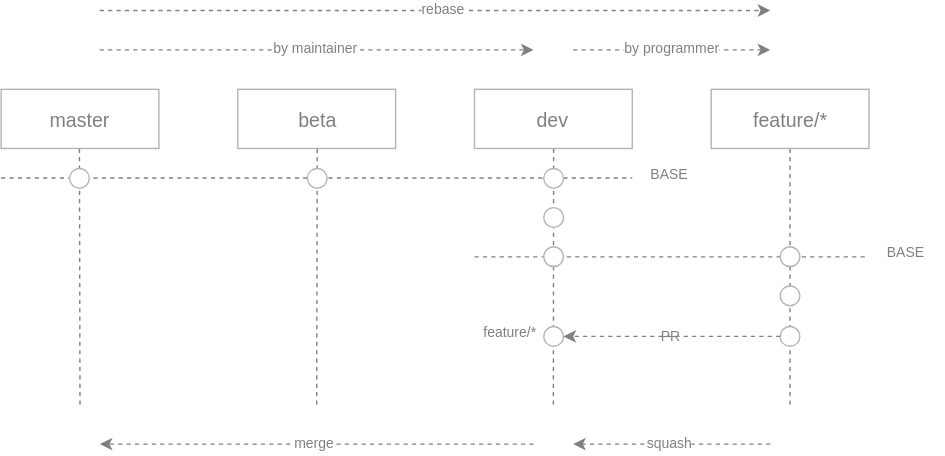
Before: gitflow-v2.0.0.svg, a diagram exported from draw.io (ajile/draw-io). Source tidied: cells renumbered, new cells last; positions are measured from the earlier drawing's top-left corner, leaving out a move shared by most shapes.
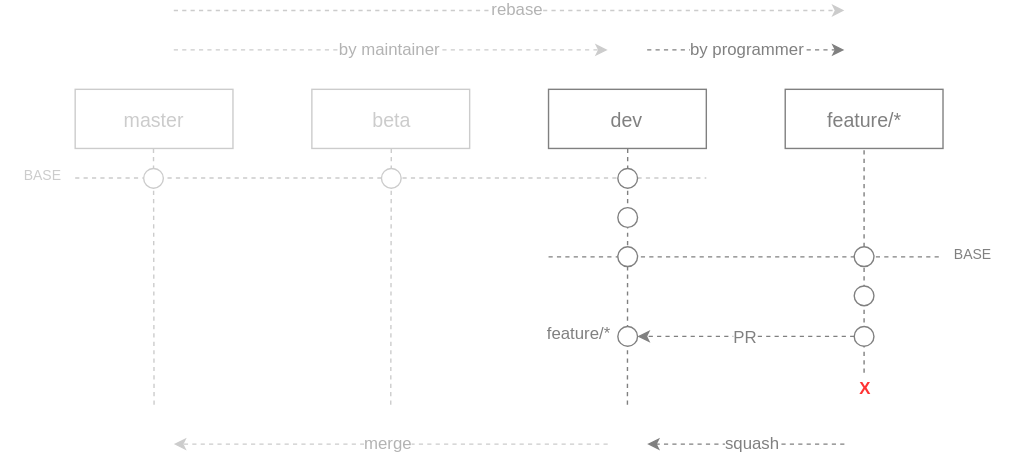
Later version of the same file.

The edit, as a diff of the source:
```diff
@@ -2,151 +2,151 @@
   <root>
     <mxCell id="0" />
     <mxCell id="1" parent="0" />
-    <mxCell id="2" style="group;" parent="1" vertex="1">
-      <mxGeometry width="674" height="310" as="geometry" />
-    </mxCell>
-    <mxCell id="3" style="endArrow=none;html=1;dashed=1;fontSize=14;fontColor=#808080;endFill=0;strokeColor=#808080;" parent="2" edge="1">
+    <mxCell id="3" style="endArrow=none;html=1;dashed=1;fontSize=14;fontColor=#808080;endFill=0;strokeColor=#808080;" parent="1" edge="1">
       <mxGeometry relative="1" as="geometry">
         <mxPoint x="338.4" y="176.1" as="sourcePoint" />
         <mxPoint x="620.4" y="176.1" as="targetPoint" />
       </mxGeometry>
     </mxCell>
-    <mxCell id="4" style="endArrow=none;html=1;dashed=1;fontSize=14;fontColor=#808080;endFill=0;strokeColor=#808080;" parent="2" edge="1">
+    <mxCell id="4" style="endArrow=none;html=1;dashed=1;fontSize=14;fontColor=#CCCCCC;endFill=0;strokeColor=#CCCCCC;" parent="1" edge="1">
       <mxGeometry relative="1" as="geometry">
         <mxPoint y="119.8" as="sourcePoint" />
         <mxPoint x="451.2" y="119.8" as="targetPoint" />
       </mxGeometry>
     </mxCell>
-    <mxCell id="5" value="master" style="whiteSpace=wrap;html=1;fillColor=#FFFFFF;fontSize=14;fontColor=#808080;align=center;strokeColor=#B3B3B3;" parent="2" vertex="1">
+    <mxCell id="5" value="master" style="whiteSpace=wrap;html=1;fillColor=#FFFFFF;fontSize=14;fontColor=#CCCCCC;align=center;strokeColor=#CCCCCC;" parent="1" vertex="1">
       <mxGeometry y="56.4" width="112.8" height="42.3" as="geometry" />
     </mxCell>
-    <mxCell id="6" style="endArrow=none;html=1;dashed=1;fontSize=14;fontColor=#808080;entryX=0.5;entryY=1;endFill=0;strokeColor=#808080;" parent="2" edge="1" target="5">
+    <mxCell id="6" style="endArrow=none;html=1;dashed=1;fontSize=14;fontColor=#CCCCCC;entryX=0.5;entryY=1;endFill=0;strokeColor=#CCCCCC;" parent="1" edge="1" target="5">
       <mxGeometry relative="1" as="geometry">
         <mxPoint x="56.4" y="281.8" as="sourcePoint" />
       </mxGeometry>
     </mxCell>
-    <mxCell id="7" value="beta" style="whiteSpace=wrap;html=1;fillColor=#FFFFFF;fontSize=14;fontColor=#808080;align=center;strokeColor=#B3B3B3;" parent="2" vertex="1">
+    <mxCell id="7" value="beta" style="whiteSpace=wrap;html=1;fillColor=#FFFFFF;fontSize=14;fontColor=#CCCCCC;align=center;strokeColor=#CCCCCC;" parent="1" vertex="1">
       <mxGeometry x="169.2" y="56.4" width="112.8" height="42.3" as="geometry" />
     </mxCell>
-    <mxCell id="8" style="endArrow=none;html=1;dashed=1;fontSize=14;fontColor=#808080;entryX=0.5;entryY=1;endFill=0;strokeColor=#808080;" parent="2" edge="1" target="7">
+    <mxCell id="8" style="endArrow=none;html=1;dashed=1;fontSize=14;fontColor=#CCCCCC;entryX=0.5;entryY=1;endFill=0;strokeColor=#CCCCCC;" parent="1" edge="1" target="7">
       <mxGeometry relative="1" as="geometry">
         <mxPoint x="225.6" y="281.8" as="sourcePoint" />
       </mxGeometry>
     </mxCell>
-    <mxCell id="9" value="dev" style="whiteSpace=wrap;html=1;fillColor=#FFFFFF;fontSize=14;fontColor=#808080;align=center;strokeColor=#B3B3B3;" parent="2" vertex="1">
+    <mxCell id="9" value="dev" style="whiteSpace=wrap;html=1;fillColor=#FFFFFF;fontSize=14;fontColor=#808080;align=center;strokeColor=#808080;" parent="1" vertex="1">
       <mxGeometry x="338.4" y="56.4" width="112.8" height="42.3" as="geometry" />
     </mxCell>
-    <mxCell id="10" style="endArrow=none;html=1;dashed=1;fontSize=14;fontColor=#808080;entryX=0.5;entryY=1;endFill=0;strokeColor=#808080;" parent="2" edge="1" target="9">
+    <mxCell id="10" style="endArrow=none;html=1;dashed=1;fontSize=14;fontColor=#808080;entryX=0.5;entryY=1;endFill=0;strokeColor=#808080;" parent="1" edge="1" target="9">
       <mxGeometry relative="1" as="geometry">
         <mxPoint x="394.8" y="281.8" as="sourcePoint" />
       </mxGeometry>
     </mxCell>
-    <mxCell id="11" value="feature/*" style="whiteSpace=wrap;html=1;fillColor=#FFFFFF;fontSize=14;fontColor=#808080;align=center;strokeColor=#B3B3B3;" parent="2" vertex="1">
+    <mxCell id="11" value="feature/*" style="whiteSpace=wrap;html=1;fillColor=#FFFFFF;fontSize=14;fontColor=#808080;align=center;strokeColor=#808080;" parent="1" vertex="1">
       <mxGeometry x="507.6" y="56.4" width="112.8" height="42.3" as="geometry" />
     </mxCell>
-    <mxCell id="12" style="endArrow=none;html=1;dashed=1;fontSize=14;fontColor=#808080;entryX=0.5;entryY=1;endFill=0;strokeColor=#808080;" parent="2" edge="1" target="11">
+    <mxCell id="12" style="endArrow=none;html=1;dashed=1;fontSize=14;fontColor=#808080;entryX=0.5;entryY=1;endFill=0;strokeColor=#808080;" parent="1" edge="1" target="11">
       <mxGeometry relative="1" as="geometry">
-        <mxPoint x="564" y="281.8" as="sourcePoint" />
+        <mxPoint x="564" y="259" as="sourcePoint" />
       </mxGeometry>
     </mxCell>
-    <mxCell id="13" style="ellipse;whiteSpace=wrap;html=1;strokeColor=#B3B3B3;fillColor=#FFFFFF;fontSize=14;fontColor=#808080;align=center;" parent="2" vertex="1">
+    <mxCell id="13" style="ellipse;whiteSpace=wrap;html=1;strokeColor=#CCCCCC;fillColor=#FFFFFF;fontSize=14;fontColor=#CCCCCC;align=center;" parent="1" vertex="1">
       <mxGeometry x="49.4" y="112.7" width="14.1" height="14.1" as="geometry" />
     </mxCell>
-    <mxCell id="14" style="ellipse;whiteSpace=wrap;html=1;strokeColor=#B3B3B3;fillColor=#FFFFFF;fontSize=14;fontColor=#808080;align=center;" parent="2" vertex="1">
+    <mxCell id="14" style="ellipse;whiteSpace=wrap;html=1;strokeColor=#CCCCCC;fillColor=#FFFFFF;fontSize=14;fontColor=#CCCCCC;align=center;" parent="1" vertex="1">
       <mxGeometry x="218.6" y="112.7" width="14.1" height="14.1" as="geometry" />
     </mxCell>
-    <mxCell id="15" style="ellipse;whiteSpace=wrap;html=1;strokeColor=#B3B3B3;fillColor=#FFFFFF;fontSize=14;fontColor=#808080;align=center;" parent="2" vertex="1">
+    <mxCell id="15" style="ellipse;whiteSpace=wrap;html=1;strokeColor=#808080;fillColor=#FFFFFF;fontSize=14;fontColor=#808080;align=center;" parent="1" vertex="1">
       <mxGeometry x="387.8" y="112.7" width="14.1" height="14.1" as="geometry" />
     </mxCell>
-    <mxCell id="16" style="ellipse;whiteSpace=wrap;html=1;strokeColor=#B3B3B3;fillColor=#FFFFFF;fontSize=14;fontColor=#808080;align=center;" parent="2" vertex="1">
+    <mxCell id="16" style="ellipse;whiteSpace=wrap;html=1;strokeColor=#808080;fillColor=#FFFFFF;fontSize=14;fontColor=#808080;align=center;" parent="1" vertex="1">
       <mxGeometry x="387.8" y="140.9" width="14.1" height="14.1" as="geometry" />
     </mxCell>
-    <mxCell id="17" style="ellipse;whiteSpace=wrap;html=1;strokeColor=#B3B3B3;fillColor=#FFFFFF;fontSize=14;fontColor=#808080;align=center;" parent="2" vertex="1">
+    <mxCell id="17" style="ellipse;whiteSpace=wrap;html=1;strokeColor=#808080;fillColor=#FFFFFF;fontSize=14;fontColor=#808080;align=center;" parent="1" vertex="1">
       <mxGeometry x="387.8" y="169.1" width="14.1" height="14.1" as="geometry" />
     </mxCell>
-    <mxCell id="18" style="ellipse;whiteSpace=wrap;html=1;strokeColor=#B3B3B3;fillColor=#FFFFFF;fontSize=14;fontColor=#808080;align=center;" parent="2" vertex="1">
+    <mxCell id="18" style="ellipse;whiteSpace=wrap;html=1;strokeColor=#808080;fillColor=#FFFFFF;fontSize=14;fontColor=#808080;align=center;" parent="1" vertex="1">
       <mxGeometry x="557" y="169.1" width="14.1" height="14.1" as="geometry" />
     </mxCell>
-    <mxCell id="19" style="ellipse;whiteSpace=wrap;html=1;strokeColor=#B3B3B3;fillColor=#FFFFFF;fontSize=14;fontColor=#808080;align=center;" parent="2" vertex="1">
+    <mxCell id="19" style="ellipse;whiteSpace=wrap;html=1;strokeColor=#808080;fillColor=#FFFFFF;fontSize=14;fontColor=#808080;align=center;" parent="1" vertex="1">
       <mxGeometry x="557" y="197.3" width="14.1" height="14.1" as="geometry" />
     </mxCell>
-    <mxCell id="20" style="ellipse;whiteSpace=wrap;html=1;strokeColor=#B3B3B3;fillColor=#FFFFFF;fontSize=14;fontColor=#808080;align=center;" parent="2" vertex="1">
+    <mxCell id="20" style="ellipse;whiteSpace=wrap;html=1;strokeColor=#808080;fillColor=#FFFFFF;fontSize=14;fontColor=#808080;align=center;" parent="1" vertex="1">
       <mxGeometry x="557" y="225.5" width="14.1" height="14.1" as="geometry" />
     </mxCell>
-    <mxCell id="21" value="BASE" style="text;html=1;strokeColor=none;fillColor=none;align=center;verticalAlign=middle;whiteSpace=wrap;fontSize=10;fontColor=#808080;" parent="2" vertex="1">
-      <mxGeometry x="448.4" y="102.9" width="56.4" height="28.2" as="geometry" />
+    <mxCell id="21" value="BASE" style="text;html=1;strokeColor=none;fillColor=none;align=center;verticalAlign=middle;whiteSpace=wrap;fontSize=10;fontColor=#CCCCCC;" parent="1" vertex="1">
+      <mxGeometry x="-52.6" y="103.9" width="56.4" height="28.2" as="geometry" />
     </mxCell>
-    <mxCell id="22" value="BASE" style="text;html=1;strokeColor=none;fillColor=none;align=center;verticalAlign=middle;whiteSpace=wrap;fontSize=10;fontColor=#808080;" parent="2" vertex="1">
-      <mxGeometry x="617.6" y="159.2" width="56.4" height="28.2" as="geometry" />
+    <mxCell id="22" value="BASE" style="text;html=1;strokeColor=none;fillColor=none;align=center;verticalAlign=middle;whiteSpace=wrap;fontSize=10;fontColor=#808080;" parent="1" vertex="1">
+      <mxGeometry x="612.6" y="160.2" width="56.4" height="28.2" as="geometry" />
     </mxCell>
-    <mxCell id="23" style="ellipse;whiteSpace=wrap;html=1;strokeColor=#B3B3B3;fillColor=#FFFFFF;fontSize=14;fontColor=#808080;align=center;" parent="2" vertex="1">
+    <mxCell id="23" style="ellipse;whiteSpace=wrap;html=1;strokeColor=#808080;fillColor=#FFFFFF;fontSize=14;fontColor=#808080;align=center;" parent="1" vertex="1">
       <mxGeometry x="387.8" y="225.5" width="14.1" height="14.1" as="geometry" />
     </mxCell>
-    <mxCell id="24" style="endArrow=classic;html=1;dashed=1;strokeColor=#808080;fontSize=10;fontColor=#808080;entryX=1;entryY=0.5;exitX=0;exitY=0.5;" parent="2" edge="1" source="20" target="23">
+    <mxCell id="24" style="endArrow=classic;html=1;dashed=1;strokeColor=#808080;fontSize=10;fontColor=#808080;entryX=1;entryY=0.5;exitX=0;exitY=0.5;" parent="1" edge="1" source="20" target="23">
       <mxGeometry relative="1" as="geometry" />
     </mxCell>
-    <mxCell id="25" value="PR" style="text;html=1;align=center;verticalAlign=middle;labelBackgroundColor=none;fontSize=10;fontColor=#808080;" parent="24" vertex="1">
+    <mxCell id="25" value="PR" style="text;html=1;align=center;verticalAlign=middle;labelBackgroundColor=#ffffff;fontSize=12;fontColor=#808080;" parent="24" vertex="1">
       <mxGeometry x="0.08" y="1" relative="1" as="geometry">
-        <mxPoint x="5" y="-2" as="offset" />
+        <mxPoint x="6" y="-2" as="offset" />
       </mxGeometry>
     </mxCell>
-    <mxCell id="26" value="&lt;div style=&quot;text-align: right&quot;&gt;&lt;span&gt;feature/*&lt;/span&gt;&lt;/div&gt;" style="text;html=1;strokeColor=none;fillColor=none;align=right;verticalAlign=middle;whiteSpace=wrap;fontSize=10;fontColor=#808080;" parent="2" vertex="1">
+    <mxCell id="26" value="&lt;div style=&quot;text-align: right&quot;&gt;&lt;span&gt;feature/*&lt;/span&gt;&lt;/div&gt;" style="text;html=1;strokeColor=none;fillColor=none;align=right;verticalAlign=middle;whiteSpace=wrap;fontSize=12;fontColor=#808080;" parent="1" vertex="1">
       <mxGeometry x="306" y="215.6" width="77.6" height="28.2" as="geometry" />
     </mxCell>
-    <mxCell id="27" style="endArrow=classic;html=1;dashed=1;strokeColor=#808080;fontSize=10;fontColor=#808080;" parent="2" edge="1">
+    <mxCell id="27" style="endArrow=classic;html=1;dashed=1;strokeColor=#808080;fontSize=10;fontColor=#808080;" parent="1" edge="1">
       <mxGeometry relative="1" as="geometry">
         <mxPoint x="549.9" y="310" as="sourcePoint" />
         <mxPoint x="408.9" y="310" as="targetPoint" />
       </mxGeometry>
     </mxCell>
-    <mxCell id="28" value="squash" style="text;html=1;align=center;verticalAlign=middle;labelBackgroundColor=#ffffff;fontSize=10;fontColor=#808080;" parent="27" vertex="1">
+    <mxCell id="28" value="squash" style="text;html=1;align=center;verticalAlign=middle;labelBackgroundColor=#ffffff;fontSize=12;fontColor=#808080;" parent="27" vertex="1">
       <mxGeometry x="0.07" relative="1" as="geometry">
-        <mxPoint x="4" y="-2" as="offset" />
+        <mxPoint x="10" y="-2" as="offset" />
       </mxGeometry>
     </mxCell>
-    <mxCell id="29" style="endArrow=classic;html=1;dashed=1;strokeColor=#808080;fontSize=10;fontColor=#808080;" parent="2" edge="1">
+    <mxCell id="29" style="endArrow=classic;html=1;dashed=1;strokeColor=#CCCCCC;fontSize=10;fontColor=#808080;" parent="1" edge="1">
       <mxGeometry relative="1" as="geometry">
         <mxPoint x="380.7" y="310" as="sourcePoint" />
         <mxPoint x="70.5" y="310" as="targetPoint" />
       </mxGeometry>
     </mxCell>
-    <mxCell id="30" value="merge" style="text;html=1;align=center;verticalAlign=middle;labelBackgroundColor=#ffffff;fontSize=10;fontColor=#808080;" parent="29" vertex="1">
+    <mxCell id="30" value="merge" style="text;html=1;align=center;verticalAlign=middle;labelBackgroundColor=#ffffff;fontSize=12;fontColor=#B3B3B3;" parent="29" vertex="1">
       <mxGeometry x="0.07" relative="1" as="geometry">
         <mxPoint x="9" y="-2" as="offset" />
       </mxGeometry>
     </mxCell>
-    <mxCell id="31" style="endArrow=classic;html=1;dashed=1;strokeColor=#808080;fontSize=10;fontColor=#808080;" parent="2" edge="1">
+    <mxCell id="31" style="endArrow=classic;html=1;dashed=1;strokeColor=#CCCCCC;fontSize=10;fontColor=#808080;" parent="1" edge="1">
       <mxGeometry relative="1" as="geometry">
         <mxPoint x="70.5" as="sourcePoint" />
         <mxPoint x="549.9" as="targetPoint" />
       </mxGeometry>
     </mxCell>
-    <mxCell id="32" value="rebase" style="text;html=1;align=center;verticalAlign=middle;labelBackgroundColor=#ffffff;fontSize=10;fontColor=#808080;" parent="31" vertex="1">
+    <mxCell id="32" value="rebase" style="text;html=1;align=center;verticalAlign=middle;labelBackgroundColor=#ffffff;fontSize=12;fontColor=#B3B3B3;" parent="31" vertex="1">
       <mxGeometry x="0.07" relative="1" as="geometry">
         <mxPoint x="-12" y="-2" as="offset" />
       </mxGeometry>
     </mxCell>
-    <mxCell id="33" style="endArrow=classic;html=1;dashed=1;strokeColor=#808080;fontSize=10;fontColor=#808080;" parent="2" edge="1">
+    <mxCell id="33" style="endArrow=classic;html=1;dashed=1;strokeColor=#CCCCCC;fontSize=10;fontColor=#808080;" parent="1" edge="1">
       <mxGeometry relative="1" as="geometry">
         <mxPoint x="70.5" y="28.2" as="sourcePoint" />
         <mxPoint x="380.7" y="28.2" as="targetPoint" />
       </mxGeometry>
     </mxCell>
-    <mxCell id="34" value="by maintainer" style="text;html=1;align=center;verticalAlign=middle;labelBackgroundColor=#ffffff;fontSize=10;fontColor=#808080;" parent="33" vertex="1">
+    <mxCell id="34" value="by maintainer" style="text;html=1;align=center;verticalAlign=middle;labelBackgroundColor=#ffffff;fontSize=12;fontColor=#B3B3B3;" parent="33" vertex="1">
       <mxGeometry x="0.07" relative="1" as="geometry">
         <mxPoint x="-12" y="-2" as="offset" />
       </mxGeometry>
     </mxCell>
-    <mxCell id="35" style="endArrow=classic;html=1;dashed=1;strokeColor=#808080;fontSize=10;fontColor=#808080;" parent="2" edge="1">
+    <mxCell id="35" style="endArrow=classic;html=1;dashed=1;strokeColor=#808080;fontSize=10;fontColor=#808080;" parent="1" edge="1">
       <mxGeometry relative="1" as="geometry">
         <mxPoint x="408.9" y="28.2" as="sourcePoint" />
         <mxPoint x="549.9" y="28.2" as="targetPoint" />
       </mxGeometry>
     </mxCell>
-    <mxCell id="36" value="by programmer" style="text;html=1;align=center;verticalAlign=middle;labelBackgroundColor=#ffffff;fontSize=10;fontColor=#808080;" parent="35" vertex="1">
+    <mxCell id="36" value="by programmer" style="text;html=1;align=center;verticalAlign=middle;labelBackgroundColor=#ffffff;fontSize=12;fontColor=#808080;" parent="35" vertex="1">
       <mxGeometry x="0.07" relative="1" as="geometry">
         <mxPoint x="-5" y="-2" as="offset" />
       </mxGeometry>
     </mxCell>
+    <mxCell id="37" value="X" style="text;html=1;strokeColor=none;fillColor=none;align=center;verticalAlign=middle;whiteSpace=wrap;labelBackgroundColor=#ffffff;fontSize=12;fontColor=#FF3333;fontStyle=1;" parent="1" vertex="1">
+      <mxGeometry x="544" y="260" width="40" height="20" as="geometry" />
+    </mxCell>
   </root>
 </mxGraphModel>
```
